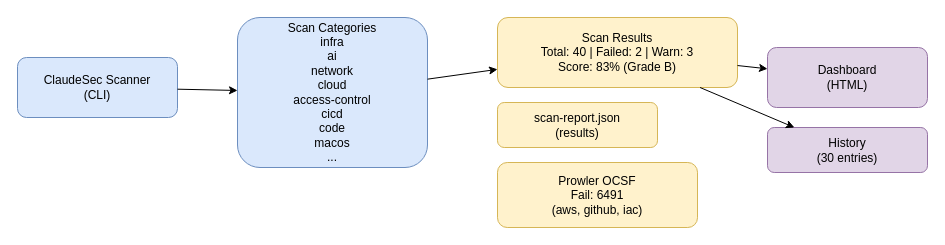
This is page "Architecture Overview" (1 of 3) of docs/architecture/claudesec-overview.drawio from Twodragon0/claudesec, a draw.io file, before an edit. Source tidied: cells renumbered, new cells numbered last; positions are measured from the earlier drawing's top-left corner, leaving out a move shared by most shapes. Both pictures are drawn from the tidied source at 100%, with x=0, y=0 at pixel (17, 17).
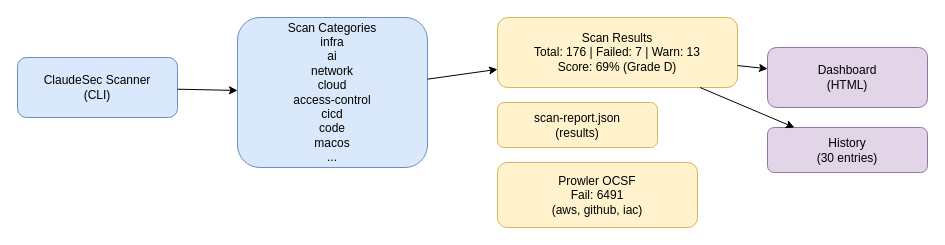
The same diagram, later.

What changed in the source:
```diff
@@
 <mxGraphModel>
   <root>
     <mxCell id="0" />
     <mxCell id="1" parent="0" />
     <mxCell id="2" value="ClaudeSec Scanner&#10;(CLI)" style="rounded=1;whiteSpace=wrap;html=1;fillColor=#dae8fc;strokeColor=#6c8ebf;" parent="1" vertex="1">
       <mxGeometry y="40" width="160" height="60" as="geometry" />
     </mxCell>
     <mxCell id="3" value="Scan Categories&#10;infra&#10;ai&#10;network&#10;cloud&#10;access-control&#10;cicd&#10;code&#10;macos&#10;..." style="rounded=1;whiteSpace=wrap;html=1;fillColor=#dae8fc;strokeColor=#6c8ebf;" parent="1" vertex="1">
       <mxGeometry x="220" width="190" height="150" as="geometry" />
     </mxCell>
-    <mxCell id="4" value="Scan Results&#10;Total: 40 | Failed: 2 | Warn: 3&#10;Score: 83% (Grade B)" style="rounded=1;whiteSpace=wrap;html=1;fillColor=#fff2cc;strokeColor=#d6b656;" parent="1" vertex="1">
+    <mxCell id="4" value="Scan Results&#10;Total: 176 | Failed: 7 | Warn: 13&#10;Score: 69% (Grade D)" style="rounded=1;whiteSpace=wrap;html=1;fillColor=#fff2cc;strokeColor=#d6b656;" parent="1" vertex="1">
       <mxGeometry x="480" width="240" height="70" as="geometry" />
     </mxCell>
     <mxCell id="5" value="scan-report.json&#10;(results)" style="rounded=1;whiteSpace=wrap;html=1;fillColor=#fff2cc;strokeColor=#d6b656;" parent="1" vertex="1">
       <mxGeometry x="480" y="85" width="160" height="45" as="geometry" />
     </mxCell>
     <mxCell id="6" value="Prowler OCSF&#10;Fail: 6491&#10;(aws, github, iac)" style="rounded=1;whiteSpace=wrap;html=1;fillColor=#fff2cc;strokeColor=#d6b656;" parent="1" vertex="1">
       <mxGeometry x="480" y="145" width="200" height="65" as="geometry" />
     </mxCell>
     <mxCell id="7" value="Dashboard&#10;(HTML)" style="rounded=1;whiteSpace=wrap;html=1;fillColor=#e1d5e7;strokeColor=#9673a6;" parent="1" vertex="1">
       <mxGeometry x="750" y="30" width="160" height="60" as="geometry" />
     </mxCell>
     <mxCell id="8" value="History&#10;(30 entries)" style="rounded=1;whiteSpace=wrap;html=1;fillColor=#e1d5e7;strokeColor=#9673a6;" parent="1" vertex="1">
       <mxGeometry x="750" y="110" width="160" height="45" as="geometry" />
     </mxCell>
     <mxCell id="9" style="endArrow=classic;html=1;rounded=0;" parent="1" edge="1" source="2" target="3">
       <mxGeometry relative="1" as="geometry" />
     </mxCell>
     <mxCell id="10" style="endArrow=classic;html=1;rounded=0;" parent="1" edge="1" source="3" target="4">
       <mxGeometry relative="1" as="geometry" />
     </mxCell>
     <mxCell id="11" style="endArrow=classic;html=1;rounded=0;" parent="1" edge="1" source="4" target="7">
       <mxGeometry relative="1" as="geometry" />
     </mxCell>
     <mxCell id="12" style="endArrow=classic;html=1;rounded=0;" parent="1" edge="1" source="4" target="8">
       <mxGeometry relative="1" as="geometry" />
     </mxCell>
   </root>
 </mxGraphModel>
```
